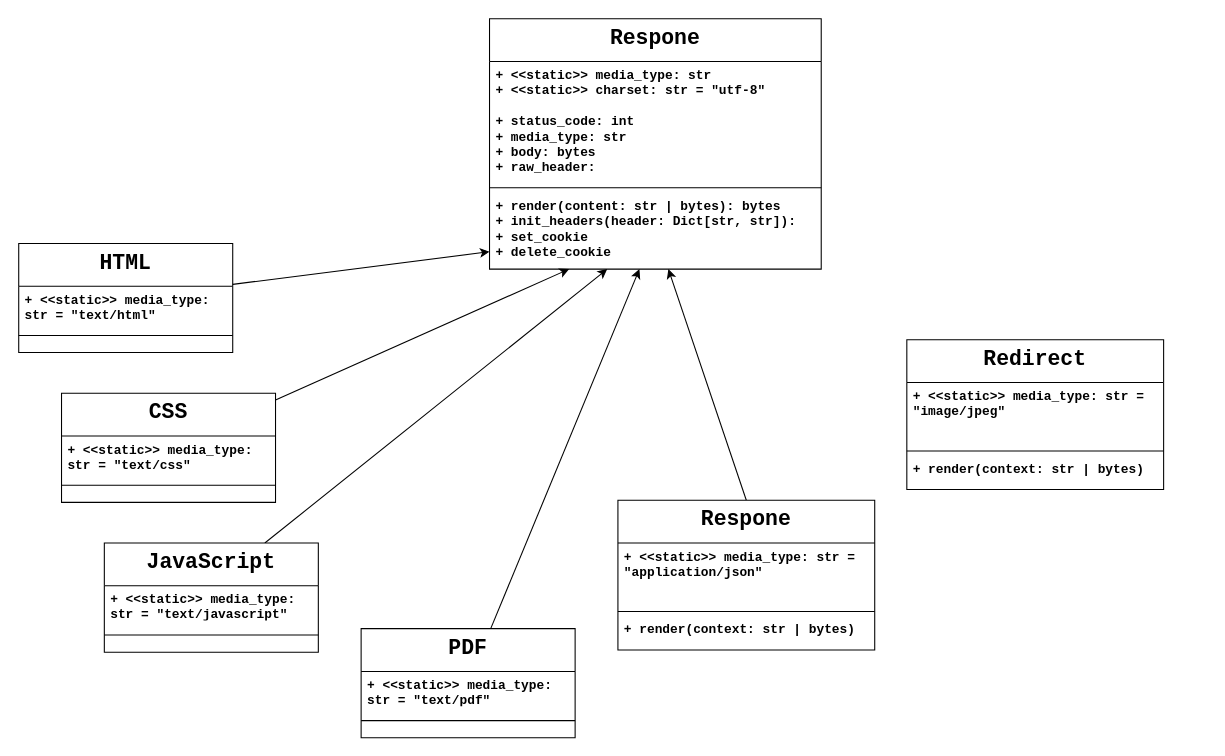
Earlier version of the draw.io diagram docs/design/UML.drawio (nguyenpanda/PandaHttpd). Source tidied: cells renumbered, new cells numbered last; positions are measured from the earlier drawing's top-left corner, leaving out a move shared by most shapes. Both pictures are drawn from the tidied source at 107%, with x=0, y=0 at pixel (18, 18).
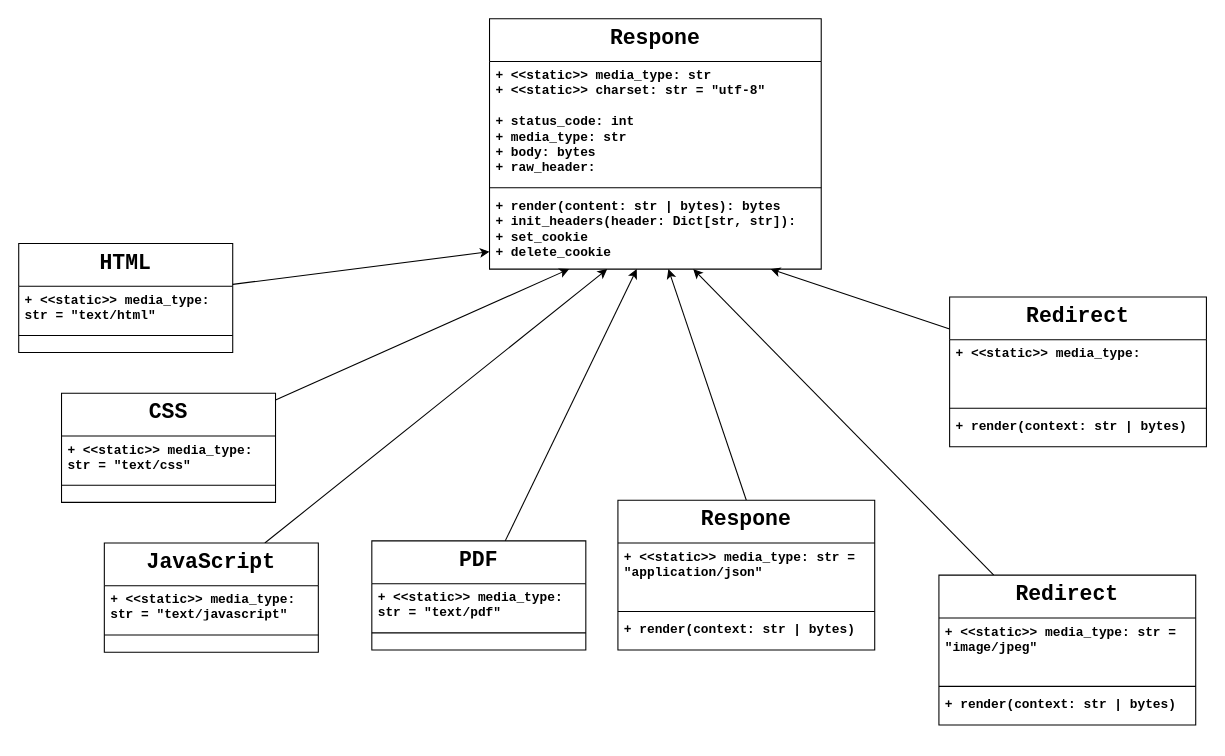
The same diagram, later.

Unchanged cells that the change refers to:
```xml
<mxCell id="5" value="+ render(content: str | bytes): bytes&lt;div&gt;+&amp;nbsp;&lt;span style=&quot;background-color: transparent;&quot;&gt;init_headers(header: Dict[str, str]):&amp;nbsp;&lt;/span&gt;&lt;/div&gt;&lt;div&gt;&lt;span style=&quot;background-color: transparent;&quot;&gt;+ set_cookie&lt;/span&gt;&lt;/div&gt;&lt;div&gt;&lt;span style=&quot;background-color: transparent;&quot;&gt;+ delete_cookie&lt;/span&gt;&lt;/div&gt;" style="text;strokeColor=none;fillColor=none;align=left;verticalAlign=top;spacingLeft=4;spacingRight=4;overflow=hidden;points=[[0,0.5],[1,0.5]];portConstraint=eastwest;whiteSpace=wrap;html=1;fontFamily=Courier New;fontStyle=1;" parent="2" vertex="1">
  <mxGeometry y="162" width="310" height="72" as="geometry" />
</mxCell>
```

The edit, as a diff of the source:
```diff
@@
     <mxCell id="20" value="&lt;span style=&quot;font-size: 20px;&quot;&gt;PDF&lt;/span&gt;" style="swimlane;fontStyle=1;align=center;verticalAlign=top;horizontal=1;startSize=40;whiteSpace=wrap;html=1;fontFamily=Courier New;" parent="1" vertex="1">
-      <mxGeometry x="320" y="570" width="200" height="102" as="geometry" />
+      <mxGeometry x="330" y="488" width="200" height="102" as="geometry" />
     </mxCell>
@@
+    <mxCell id="31" style="rounded=0;jettySize=auto;html=1;" parent="1" edge="1" source="27" target="5">
+      <mxGeometry relative="1" as="geometry" />
+    </mxCell>
     <mxCell id="27" value="&lt;font style=&quot;font-size: 20px;&quot;&gt;Redirect&lt;/font&gt;" style="swimlane;fontStyle=1;align=center;verticalAlign=top;horizontal=1;startSize=40;whiteSpace=wrap;html=1;fontFamily=Courier New;" parent="1" vertex="1">
-      <mxGeometry x="830" y="300" width="240" height="140" as="geometry" />
+      <mxGeometry x="870" y="260" width="240" height="140" as="geometry" />
     </mxCell>
-    <mxCell id="28" value="+ &amp;lt;&amp;lt;static&amp;gt;&amp;gt; media_type: str = &quot;image/jpeg&quot;" style="text;strokeColor=none;fillColor=none;align=left;verticalAlign=top;spacingLeft=4;spacingRight=4;overflow=hidden;whiteSpace=wrap;html=1;fontFamily=Courier New;fontStyle=1;" parent="27" vertex="1">
+    <mxCell id="28" value="+ &amp;lt;&amp;lt;static&amp;gt;&amp;gt; media_type:" style="text;strokeColor=none;fillColor=none;align=left;verticalAlign=top;spacingLeft=4;spacingRight=4;overflow=hidden;whiteSpace=wrap;html=1;fontFamily=Courier New;fontStyle=1;" parent="27" vertex="1">
       <mxGeometry y="40" width="240" height="60" as="geometry" />
     </mxCell>
@@
+    <mxCell id="32" style="rounded=0;jettySize=auto;html=1;" parent="1" edge="1" source="33" target="5">
+      <mxGeometry relative="1" as="geometry" />
+    </mxCell>
+    <mxCell id="33" value="&lt;font style=&quot;font-size: 20px;&quot;&gt;Redirect&lt;/font&gt;" style="swimlane;fontStyle=1;align=center;verticalAlign=top;horizontal=1;startSize=40;whiteSpace=wrap;html=1;fontFamily=Courier New;" parent="1" vertex="1">
+      <mxGeometry x="860" y="520" width="240" height="140" as="geometry" />
+    </mxCell>
+    <mxCell id="34" value="+ &amp;lt;&amp;lt;static&amp;gt;&amp;gt; media_type: str = &quot;image/jpeg&quot;" style="text;strokeColor=none;fillColor=none;align=left;verticalAlign=top;spacingLeft=4;spacingRight=4;overflow=hidden;whiteSpace=wrap;html=1;fontFamily=Courier New;fontStyle=1;" parent="33" vertex="1">
+      <mxGeometry y="40" width="240" height="60" as="geometry" />
+    </mxCell>
+    <mxCell id="35" style="line;strokeWidth=1;fillColor=none;align=left;verticalAlign=middle;spacingTop=-1;spacingLeft=3;spacingRight=3;labelPosition=right;strokeColor=inherit;fontFamily=Courier New;fontStyle=1;" parent="33" vertex="1">
+      <mxGeometry y="100" width="240" height="8" as="geometry" />
+    </mxCell>
+    <mxCell id="36" value="+ render(context: str | bytes)" style="text;strokeColor=none;fillColor=none;align=left;verticalAlign=top;spacingLeft=4;spacingRight=4;overflow=hidden;whiteSpace=wrap;html=1;fontFamily=Courier New;fontStyle=1;" parent="33" vertex="1">
+      <mxGeometry y="108" width="240" height="32" as="geometry" />
+    </mxCell>
```
